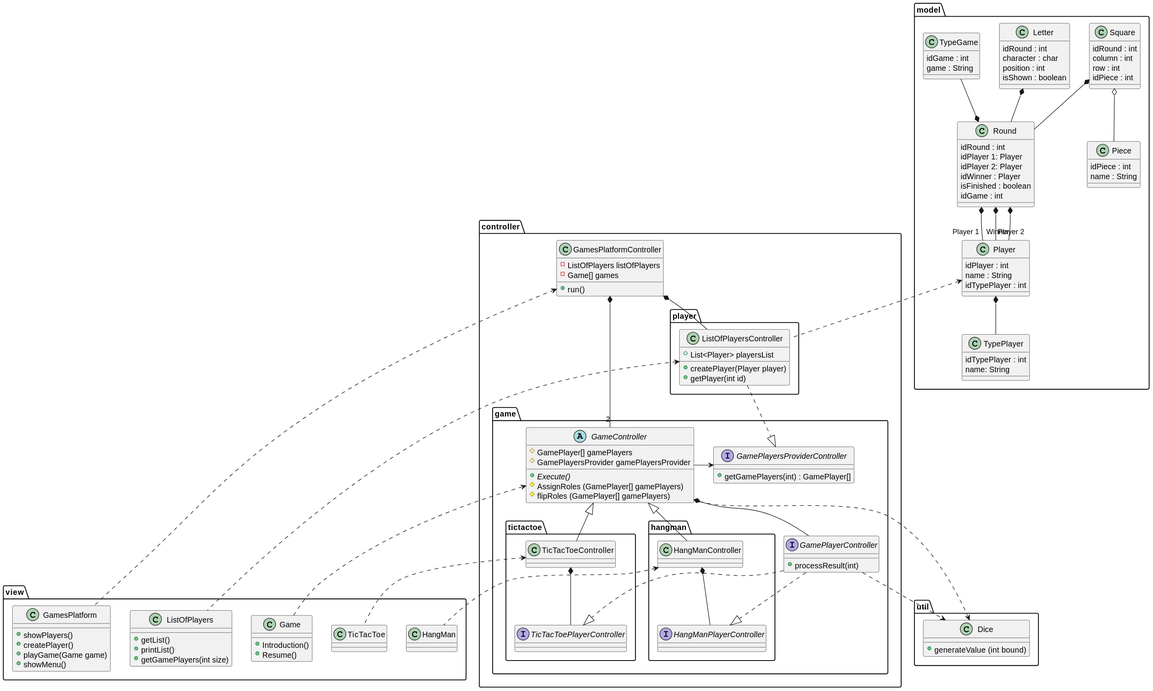
Above: docs/Diagrams/MVC/Main.svg in jesus-a-barrera/games-platform-api (PlantUML), before the change.
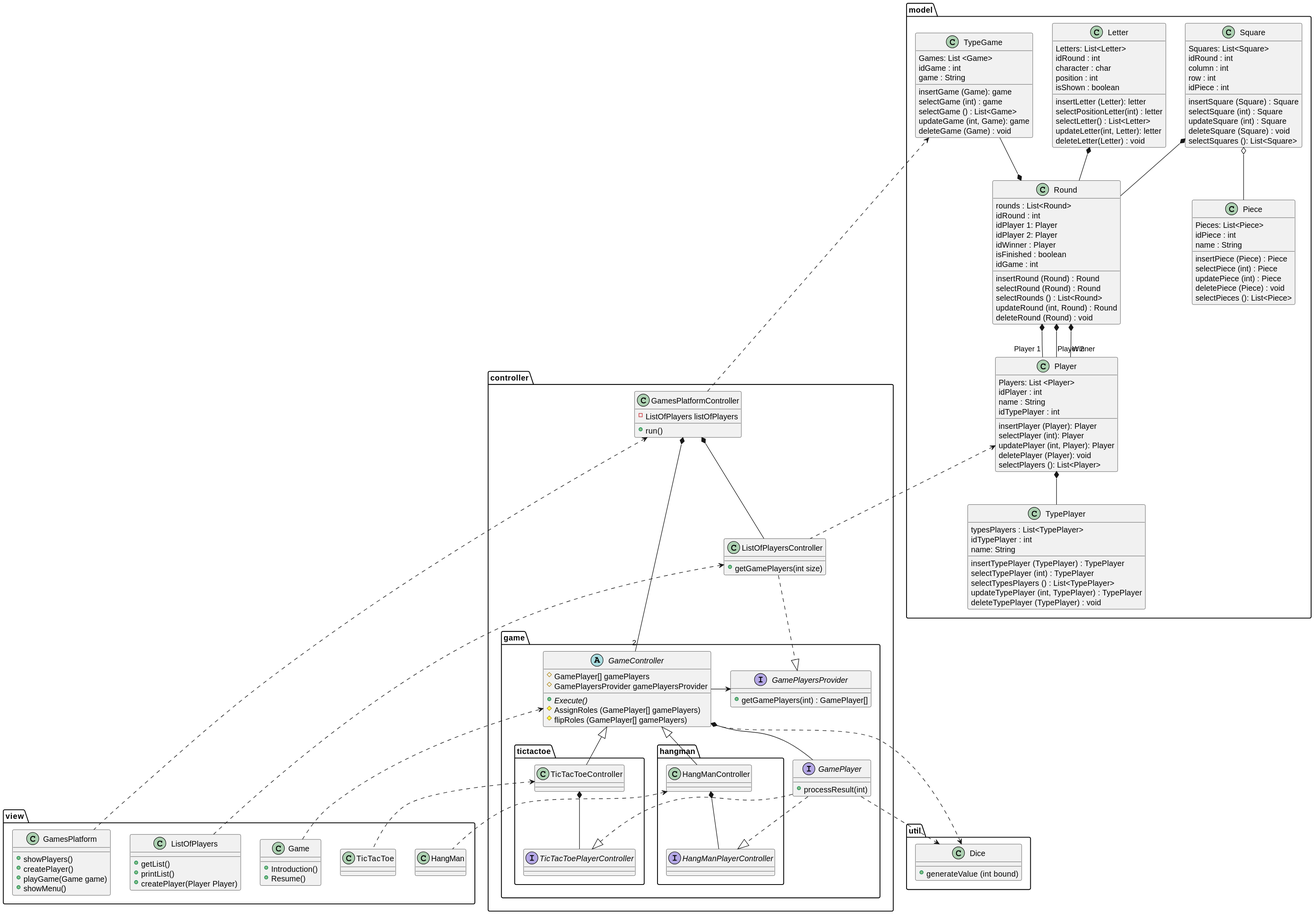
Later version of the same file.

Diff of the diagram source:
```diff
@@ -2,43 +2,85 @@
 
 package model {
     class Player{
+        Players: List <Player>
         idPlayer : int
         name : String
         idTypePlayer : int
+        insertPlayer (Player): Player
+        selectPlayer (int): Player
+        updatePlayer (int, Player): Player
+        deletePlayer (Player): void
+        selectPlayers (): List<Player>
     }
     class Round {
+        rounds : List<Round>
         idRound : int
         idPlayer 1: Player
         idPlayer 2: Player
         idWinner : Player
         isFinished : boolean
         idGame : int
+        insertRound (Round) : Round
+        selectRound (Round) : Round
+        selectRounds () : List<Round>
+        updateRound (int, Round) : Round
+        deleteRound (Round) : void
     }
     class TypePlayer {
+        typesPlayers : List<TypePlayer>
         idTypePlayer : int
         name: String
+        insertTypePlayer (TypePlayer) : TypePlayer
+        selectTypePlayer (int) : TypePlayer
+        selectTypesPlayers () : List<TypePlayer>
+        updateTypePlayer (int, TypePlayer) : TypePlayer
+        deleteTypePlayer (TypePlayer) : void
     }
     class Piece{
+        Pieces: List<Piece>
         idPiece : int
         name : String
+        insertPiece (Piece) : Piece
+        selectPiece (int) : Piece
+        updatePiece (int) : Piece
+        deletePiece (Piece) : void
+        selectPieces (): List<Piece>
     }
 
     class Square {
+        Squares: List<Square>
         idRound : int
         column : int
         row : int
         idPiece : int
+        insertSquare (Square) : Square
+        selectSquare (int) : Square
+        updateSquare (int) : Square
+        deleteSquare (Square) : void
+        selectSquares (): List<Square>
     }
     class Letter {
+        Letters: List<Letter>
         idRound : int
         character : char
         position : int
         isShown : boolean
+        insertLetter (Letter): letter
+        selectPositionLetter(int) : letter
+        selectLetter() : List<Letter>
+        updateLetter(int, Letter): letter
+        deleteLetter(Letter) : void
     }
 
     class TypeGame {
+        Games: List <Game>
         idGame : int
         game : String
+        insertGame (Game): game
+        selectGame (int) : game
+        selectGame () : List<Game>
+        updateGame (int, Game): game
+        deleteGame (Game) : void
     }
 
     Square o-- Piece
@@ -65,7 +107,6 @@
 package controller {
     class GamesPlatformController {
         -ListOfPlayers listOfPlayers
-        -Game[] games
         +run()
     }
 
@@ -94,21 +135,17 @@
             }
         }
 
-        interface GamePlayerController {
+        interface GamePlayer {
             + processResult(int)
         }
-        interface GamePlayersProviderController {
+        interface GamePlayersProvider {
             + getGamePlayers(int) : GamePlayer[]
         }
 
     }
 
-    package player {
-        class ListOfPlayersController {
-            +createPlayer(Player player)
-            +getPlayer(int id)
-            +List<Player> playersList
-        }
+    class ListOfPlayersController {
+        +getGamePlayers(int size)
     }
 }
 
@@ -136,7 +173,7 @@
     class ListOfPlayers {
         +getList()
         +printList()
-        +getGamePlayers(int size)
+        +createPlayer(Player Player)
     }
 }
 
@@ -145,25 +182,25 @@
 
 GameController <|-- TicTacToeController
 GameController <|-- HangManController
-GameController -right-> GamePlayersProviderController
-GameController *-- GamePlayerController
+GameController -right-> GamePlayersProvider
+GameController *-- GamePlayer
 
 Dice <.. GameController
-Dice <.up. GamePlayerController
+Dice <.up. GamePlayer
 
-ListOfPlayersController ..|> GamePlayersProviderController
+ListOfPlayersController ..|> GamePlayersProvider
 
 TicTacToeController *-- TicTacToePlayerController
 HangManController *-- HangManPlayerController
 
-GamePlayerController ..|> TicTacToePlayerController
-GamePlayerController ..|> HangManPlayerController
+GamePlayer ..|> TicTacToePlayerController
+GamePlayer ..|> HangManPlayerController
 
 GamesPlatformController <.. GamesPlatform
 Game ..> GameController
 HangManController <.. HangMan
 TicTacToeController <.. TicTacToe
-
+GamesPlatformController ..> TypeGame
 ListOfPlayersController <.. ListOfPlayers
 ListOfPlayersController .up.> Player
 
```
